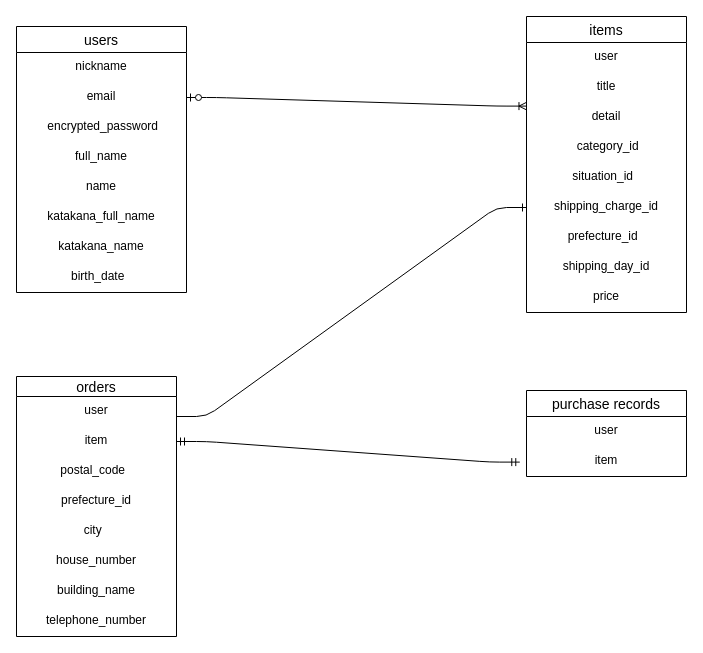
Above: teble.dio in syou65/furima-41434-d (draw.io), before the change. Source tidied: cells renumbered, new cells numbered last; positions are measured from the earlier drawing's top-left corner, leaving out a move shared by most shapes. Both pictures are drawn from the tidied source at 100%, with x=0, y=0 at pixel (16, 16).
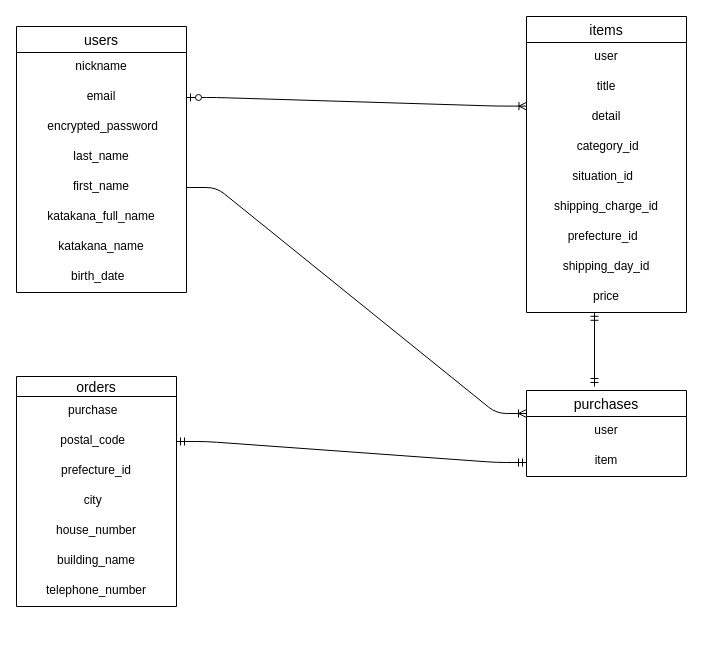
The same page after the edit.

The change refers to these unchanged cells:
```xml
<mxCell id="2" value="users" style="swimlane;fontStyle=0;horizontal=1;startSize=26;align=center;fontSize=14;" parent="1" vertex="1">
  <mxGeometry y="10" width="170" height="266" as="geometry" />
</mxCell>
<mxCell id="17" value="shipping_charge_id " style="text;strokeColor=none;fillColor=none;spacingLeft=4;spacingRight=4;overflow=hidden;points=[[0,0.5],[1,0.5]];portConstraint=eastwest;fontSize=12;align=center;" parent="11" vertex="1">
  <mxGeometry y="176" width="160" height="30" as="geometry" />
</mxCell>
<mxCell id="20" value="price " style="text;strokeColor=none;fillColor=none;spacingLeft=4;spacingRight=4;overflow=hidden;points=[[0,0.5],[1,0.5]];portConstraint=eastwest;fontSize=12;align=center;" parent="11" vertex="1">
  <mxGeometry y="266" width="160" height="30" as="geometry" />
</mxCell>
<mxCell id="32" value="item" style="text;strokeColor=none;fillColor=none;spacingLeft=4;spacingRight=4;overflow=hidden;points=[[0,0.5],[1,0.5]];portConstraint=eastwest;fontSize=12;align=center;" parent="30" vertex="1">
  <mxGeometry y="56" width="160" height="30" as="geometry" />
</mxCell>
```

What changed in the source:
```diff
@@
-    <mxCell id="6" value="full_name " style="text;strokeColor=none;fillColor=none;spacingLeft=4;spacingRight=4;overflow=hidden;fontSize=12;align=center;" parent="2" vertex="1">
+    <mxCell id="6" value="last_name " style="text;strokeColor=none;fillColor=none;spacingLeft=4;spacingRight=4;overflow=hidden;fontSize=12;align=center;" parent="2" vertex="1">
       <mxGeometry y="116" width="170" height="30" as="geometry" />
     </mxCell>
-    <mxCell id="7" value="name" style="text;strokeColor=none;fillColor=none;spacingLeft=4;spacingRight=4;overflow=hidden;points=[[0,0.5],[1,0.5]];portConstraint=eastwest;fontSize=12;align=center;" parent="2" vertex="1">
+    <mxCell id="7" value="first_name" style="text;strokeColor=none;fillColor=none;spacingLeft=4;spacingRight=4;overflow=hidden;points=[[0,0.5],[1,0.5]];portConstraint=eastwest;fontSize=12;align=center;" parent="2" vertex="1">
       <mxGeometry y="146" width="170" height="30" as="geometry" />
     </mxCell>
@@
     <mxCell id="21" value="orders" style="swimlane;fontStyle=0;horizontal=1;startSize=20;align=center;fontSize=14;" parent="1" vertex="1">
-      <mxGeometry y="360" width="160" height="260" as="geometry" />
+      <mxGeometry y="360" width="160" height="230" as="geometry" />
     </mxCell>
-    <mxCell id="22" value="user" style="text;strokeColor=none;fillColor=none;spacingLeft=4;spacingRight=4;overflow=hidden;fontSize=12;align=center;" parent="21" vertex="1">
+    <mxCell id="22" value="purchase  " style="text;strokeColor=none;fillColor=none;spacingLeft=4;spacingRight=4;overflow=hidden;fontSize=12;align=center;" parent="21" vertex="1">
       <mxGeometry y="20" width="160" height="30" as="geometry" />
     </mxCell>
-    <mxCell id="23" value="item" style="text;strokeColor=none;fillColor=none;spacingLeft=4;spacingRight=4;overflow=hidden;points=[[0,0.5],[1,0.5]];portConstraint=eastwest;fontSize=12;align=center;" parent="21" vertex="1">
-      <mxGeometry y="50" width="160" height="30" as="geometry" />
-    </mxCell>
     <mxCell id="24" value="postal_code  " style="text;strokeColor=none;fillColor=none;spacingLeft=4;spacingRight=4;overflow=hidden;fontSize=12;align=center;" parent="21" vertex="1">
-      <mxGeometry y="80" width="160" height="30" as="geometry" />
+      <mxGeometry y="50" width="160" height="30" as="geometry" />
     </mxCell>
     <mxCell id="25" value="prefecture_id " style="text;strokeColor=none;fillColor=none;spacingLeft=4;spacingRight=4;overflow=hidden;fontSize=12;align=center;" parent="21" vertex="1">
-      <mxGeometry y="110" width="160" height="30" as="geometry" />
+      <mxGeometry y="80" width="160" height="30" as="geometry" />
     </mxCell>
     <mxCell id="26" value="city  " style="text;strokeColor=none;fillColor=none;spacingLeft=4;spacingRight=4;overflow=hidden;fontSize=12;align=center;" parent="21" vertex="1">
-      <mxGeometry y="140" width="160" height="30" as="geometry" />
+      <mxGeometry y="110" width="160" height="30" as="geometry" />
     </mxCell>
     <mxCell id="27" value="house_number " style="text;strokeColor=none;fillColor=none;spacingLeft=4;spacingRight=4;overflow=hidden;fontSize=12;align=center;" parent="21" vertex="1">
-      <mxGeometry y="170" width="160" height="30" as="geometry" />
+      <mxGeometry y="140" width="160" height="30" as="geometry" />
     </mxCell>
     <mxCell id="28" value="building_name " style="text;strokeColor=none;fillColor=none;spacingLeft=4;spacingRight=4;overflow=hidden;fontSize=12;align=center;" parent="21" vertex="1">
-      <mxGeometry y="200" width="160" height="30" as="geometry" />
+      <mxGeometry y="170" width="160" height="30" as="geometry" />
     </mxCell>
     <mxCell id="29" value="telephone_number" style="text;strokeColor=none;fillColor=none;spacingLeft=4;spacingRight=4;overflow=hidden;fontSize=12;align=center;" parent="21" vertex="1">
-      <mxGeometry y="230" width="160" height="30" as="geometry" />
+      <mxGeometry y="200" width="160" height="30" as="geometry" />
     </mxCell>
-    <mxCell id="30" value="purchase records" style="swimlane;fontStyle=0;horizontal=1;startSize=26;align=center;fontSize=14;" parent="1" vertex="1">
+    <mxCell id="30" value="purchases" style="swimlane;fontStyle=0;horizontal=1;startSize=26;align=center;fontSize=14;" parent="1" vertex="1">
       <mxGeometry x="510" y="374" width="160" height="86" as="geometry" />
     </mxCell>
@@
-    <mxCell id="33" style="edgeStyle=entityRelationEdgeStyle;fontSize=12;html=1;endArrow=ERmandOne;startArrow=ERmandOne;entryX=-0.042;entryY=0.52;entryDx=0;entryDy=0;entryPerimeter=0;exitX=1;exitY=0.5;exitDx=0;exitDy=0;" parent="1" edge="1" source="23" target="32">
-      <mxGeometry relative="1" as="geometry" />
+    <mxCell id="33" style="edgeStyle=entityRelationEdgeStyle;fontSize=12;html=1;endArrow=ERmandOne;startArrow=ERmandOne;exitX=1;exitY=0.5;exitDx=0;exitDy=0;" parent="1" edge="1">
+      <mxGeometry relative="1" as="geometry">
+        <mxPoint x="160" y="425" as="sourcePoint" />
+        <mxPoint x="510" y="446" as="targetPoint" />
+      </mxGeometry>
     </mxCell>
@@
-    <mxCell id="35" style="edgeStyle=entityRelationEdgeStyle;fontSize=12;html=1;endArrow=ERone;endFill=1;entryX=0;entryY=0.5;entryDx=0;entryDy=0;" parent="1" edge="1" target="17">
-      <mxGeometry relative="1" as="geometry">
-        <mxPoint x="160" y="400" as="sourcePoint" />
-      </mxGeometry>
-    </mxCell>
+    <mxCell id="36" style="fontSize=12;html=1;endArrow=ERmandOne;startArrow=ERmandOne;entryX=0.425;entryY=0.993;entryDx=0;entryDy=0;entryPerimeter=0;exitX=0.425;exitY=-0.047;exitDx=0;exitDy=0;exitPerimeter=0;" parent="1" edge="1" source="30" target="20">
+      <mxGeometry relative="1" as="geometry" />
+    </mxCell>
+    <mxCell id="37" style="edgeStyle=entityRelationEdgeStyle;fontSize=12;html=1;endArrow=ERoneToMany;exitX=1;exitY=0.5;exitDx=0;exitDy=0;" parent="1" edge="1" source="7">
+      <mxGeometry relative="1" as="geometry">
+        <mxPoint x="510" y="397" as="targetPoint" />
+      </mxGeometry>
+    </mxCell>
```
